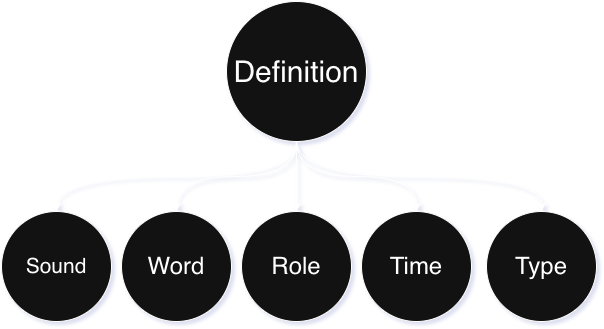
Before: design/structure.png, a diagram exported from draw.io (kashanimorteza/english_document). Source tidied: cells renumbered, new cells last; positions are measured from the earlier drawing's top-left corner, leaving out a move shared by most shapes. Source of this version:
```xml
<mxGraphModel>
  <root>
    <mxCell id="0" />
    <mxCell id="1" parent="0" />
    <mxCell id="2" style="edgeStyle=orthogonalEdgeStyle;rounded=0;jettySize=auto;html=1;curved=1;" parent="1" edge="1" source="6" target="7">
      <mxGeometry relative="1" as="geometry" />
    </mxCell>
    <mxCell id="3" style="edgeStyle=orthogonalEdgeStyle;rounded=0;jettySize=auto;html=1;curved=1;" parent="1" edge="1" source="6" target="8">
      <mxGeometry relative="1" as="geometry" />
    </mxCell>
    <mxCell id="4" style="edgeStyle=orthogonalEdgeStyle;rounded=0;jettySize=auto;html=1;curved=1;exitX=0.5;exitY=1;exitDx=0;exitDy=0;" parent="1" edge="1" source="6" target="9">
      <mxGeometry relative="1" as="geometry" />
    </mxCell>
    <mxCell id="5" style="edgeStyle=orthogonalEdgeStyle;rounded=0;jettySize=auto;html=1;curved=1;exitX=0.5;exitY=1;exitDx=0;exitDy=0;" parent="1" edge="1" source="6" target="10">
      <mxGeometry relative="1" as="geometry" />
    </mxCell>
    <mxCell id="6" value="&lt;font style=&quot;font-size: 30px;&quot;&gt;Definition&lt;/font&gt;" style="ellipse;whiteSpace=wrap;html=1;" parent="1" vertex="1">
      <mxGeometry x="225" width="140" height="140" as="geometry" />
    </mxCell>
    <mxCell id="7" value="Word" style="ellipse;whiteSpace=wrap;html=1;fontSize=24;" parent="1" vertex="1">
      <mxGeometry x="120" y="210" width="110" height="110" as="geometry" />
    </mxCell>
    <mxCell id="8" value="Role" style="ellipse;whiteSpace=wrap;html=1;fontSize=24;" parent="1" vertex="1">
      <mxGeometry x="240" y="210" width="110" height="110" as="geometry" />
    </mxCell>
    <mxCell id="9" value="Sound" style="ellipse;whiteSpace=wrap;html=1;fontSize=21;" parent="1" vertex="1">
      <mxGeometry y="210" width="110" height="110" as="geometry" />
    </mxCell>
    <mxCell id="10" value="Time" style="ellipse;whiteSpace=wrap;html=1;fontSize=24;" parent="1" vertex="1">
      <mxGeometry x="360" y="210" width="110" height="110" as="geometry" />
    </mxCell>
    <mxCell id="11" style="edgeStyle=orthogonalEdgeStyle;rounded=0;jettySize=auto;html=1;curved=1;exitX=0.5;exitY=1;exitDx=0;exitDy=0;" parent="1" edge="1" source="6" target="12">
      <mxGeometry relative="1" as="geometry" />
    </mxCell>
    <mxCell id="12" value="Type" style="ellipse;whiteSpace=wrap;html=1;fontSize=24;" parent="1" vertex="1">
      <mxGeometry x="485" y="210" width="110" height="110" as="geometry" />
    </mxCell>
  </root>
</mxGraphModel>
```
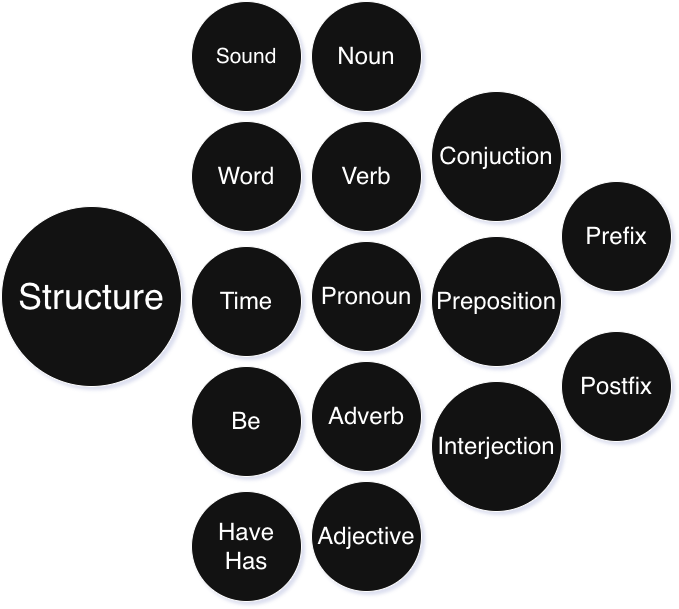
Above is the later version.

Diff of the diagram source:
```diff
@@ -2,38 +2,53 @@
   <root>
     <mxCell id="0" />
     <mxCell id="1" parent="0" />
-    <mxCell id="2" style="edgeStyle=orthogonalEdgeStyle;rounded=0;jettySize=auto;html=1;curved=1;" parent="1" edge="1" source="6" target="7">
-      <mxGeometry relative="1" as="geometry" />
-    </mxCell>
-    <mxCell id="3" style="edgeStyle=orthogonalEdgeStyle;rounded=0;jettySize=auto;html=1;curved=1;" parent="1" edge="1" source="6" target="8">
-      <mxGeometry relative="1" as="geometry" />
-    </mxCell>
-    <mxCell id="4" style="edgeStyle=orthogonalEdgeStyle;rounded=0;jettySize=auto;html=1;curved=1;exitX=0.5;exitY=1;exitDx=0;exitDy=0;" parent="1" edge="1" source="6" target="9">
-      <mxGeometry relative="1" as="geometry" />
-    </mxCell>
-    <mxCell id="5" style="edgeStyle=orthogonalEdgeStyle;rounded=0;jettySize=auto;html=1;curved=1;exitX=0.5;exitY=1;exitDx=0;exitDy=0;" parent="1" edge="1" source="6" target="10">
-      <mxGeometry relative="1" as="geometry" />
-    </mxCell>
-    <mxCell id="6" value="&lt;font style=&quot;font-size: 30px;&quot;&gt;Definition&lt;/font&gt;" style="ellipse;whiteSpace=wrap;html=1;" parent="1" vertex="1">
-      <mxGeometry x="225" width="140" height="140" as="geometry" />
+    <mxCell id="6" value="&lt;font style=&quot;font-size: 36px;&quot;&gt;Structure&lt;/font&gt;" style="ellipse;whiteSpace=wrap;html=1;" parent="1" vertex="1">
+      <mxGeometry x="-350" y="515" width="180" height="180" as="geometry" />
     </mxCell>
-    <mxCell id="7" value="Word" style="ellipse;whiteSpace=wrap;html=1;fontSize=24;" parent="1" vertex="1">
-      <mxGeometry x="120" y="210" width="110" height="110" as="geometry" />
+    <mxCell id="7" value="Adjective" style="ellipse;whiteSpace=wrap;html=1;fontSize=24;" parent="1" vertex="1">
+      <mxGeometry x="-40" y="790" width="110" height="110" as="geometry" />
     </mxCell>
-    <mxCell id="8" value="Role" style="ellipse;whiteSpace=wrap;html=1;fontSize=24;" parent="1" vertex="1">
-      <mxGeometry x="240" y="210" width="110" height="110" as="geometry" />
+    <mxCell id="8" value="Pronoun" style="ellipse;whiteSpace=wrap;html=1;fontSize=24;" parent="1" vertex="1">
+      <mxGeometry x="-40" y="550" width="110" height="110" as="geometry" />
     </mxCell>
-    <mxCell id="9" value="Sound" style="ellipse;whiteSpace=wrap;html=1;fontSize=21;" parent="1" vertex="1">
-      <mxGeometry y="210" width="110" height="110" as="geometry" />
+    <mxCell id="9" value="Verb" style="ellipse;whiteSpace=wrap;html=1;fontSize=24;" parent="1" vertex="1">
+      <mxGeometry x="-40" y="430" width="110" height="110" as="geometry" />
     </mxCell>
-    <mxCell id="10" value="Time" style="ellipse;whiteSpace=wrap;html=1;fontSize=24;" parent="1" vertex="1">
-      <mxGeometry x="360" y="210" width="110" height="110" as="geometry" />
+    <mxCell id="10" value="Adverb" style="ellipse;whiteSpace=wrap;html=1;fontSize=24;" parent="1" vertex="1">
+      <mxGeometry x="-40" y="670" width="110" height="110" as="geometry" />
     </mxCell>
-    <mxCell id="11" style="edgeStyle=orthogonalEdgeStyle;rounded=0;jettySize=auto;html=1;curved=1;exitX=0.5;exitY=1;exitDx=0;exitDy=0;" parent="1" edge="1" source="6" target="12">
-      <mxGeometry relative="1" as="geometry" />
-    </mxCell>
-    <mxCell id="12" value="Type" style="ellipse;whiteSpace=wrap;html=1;fontSize=24;" parent="1" vertex="1">
-      <mxGeometry x="485" y="210" width="110" height="110" as="geometry" />
-    </mxCell>
+    <mxCell id="13" value="Noun" style="ellipse;whiteSpace=wrap;html=1;strokeColor=default;align=center;verticalAlign=middle;fontFamily=Helvetica;fontSize=24;fontColor=default;fillColor=default;" parent="1" vertex="1">
+      <mxGeometry x="-40" y="310" width="110" height="110" as="geometry" />
+    </mxCell>
+    <mxCell id="14" value="&lt;span style=&quot;font-size: 24px;&quot;&gt;Prefix&lt;/span&gt;" style="ellipse;whiteSpace=wrap;html=1;" parent="1" vertex="1">
+      <mxGeometry x="210" y="490" width="110" height="110" as="geometry" />
+    </mxCell>
+    <mxCell id="15" value="Postfix" style="ellipse;whiteSpace=wrap;html=1;fontSize=24;" parent="1" vertex="1">
+      <mxGeometry x="210" y="640" width="110" height="110" as="geometry" />
+    </mxCell>
+    <mxCell id="16" value="&lt;span&gt;Preposition&lt;/span&gt;" style="ellipse;whiteSpace=wrap;html=1;strokeColor=default;align=center;verticalAlign=middle;fontFamily=Helvetica;fontSize=24;fontColor=default;fillColor=default;" parent="1" vertex="1">
+      <mxGeometry x="80" y="545" width="130" height="130" as="geometry" />
+    </mxCell>
+    <mxCell id="17" value="&lt;span&gt;Interjection&lt;/span&gt;" style="ellipse;whiteSpace=wrap;html=1;strokeColor=default;align=center;verticalAlign=middle;fontFamily=Helvetica;fontSize=24;fontColor=default;fillColor=default;" parent="1" vertex="1">
+      <mxGeometry x="80" y="690" width="130" height="130" as="geometry" />
+    </mxCell>
+    <mxCell id="18" value="&lt;span&gt;Conjuction&lt;/span&gt;" style="ellipse;whiteSpace=wrap;html=1;strokeColor=default;align=center;verticalAlign=middle;fontFamily=Helvetica;fontSize=24;fontColor=default;fillColor=default;" parent="1" vertex="1">
+      <mxGeometry x="80" y="400" width="130" height="130" as="geometry" />
+    </mxCell>
+    <mxCell id="19" value="Word" style="ellipse;whiteSpace=wrap;html=1;fontSize=24;" parent="1" vertex="1">
+      <mxGeometry x="-160" y="430" width="110" height="110" as="geometry" />
+    </mxCell>
+    <mxCell id="20" value="Be" style="ellipse;whiteSpace=wrap;html=1;fontSize=24;" parent="1" vertex="1">
+      <mxGeometry x="-160" y="675" width="110" height="110" as="geometry" />
+    </mxCell>
+    <mxCell id="21" value="Sound" style="ellipse;whiteSpace=wrap;html=1;fontSize=21;" parent="1" vertex="1">
+      <mxGeometry x="-160" y="310" width="110" height="110" as="geometry" />
+    </mxCell>
+    <mxCell id="22" value="Time" style="ellipse;whiteSpace=wrap;html=1;fontSize=24;" parent="1" vertex="1">
+      <mxGeometry x="-160" y="555" width="110" height="110" as="geometry" />
+    </mxCell>
+    <mxCell id="23" value="Have&lt;div&gt;Has&lt;/div&gt;" style="ellipse;whiteSpace=wrap;html=1;fontSize=24;" parent="1" vertex="1">
+      <mxGeometry x="-160" y="800" width="110" height="110" as="geometry" />
+    </mxCell>
   </root>
 </mxGraphModel>
```
